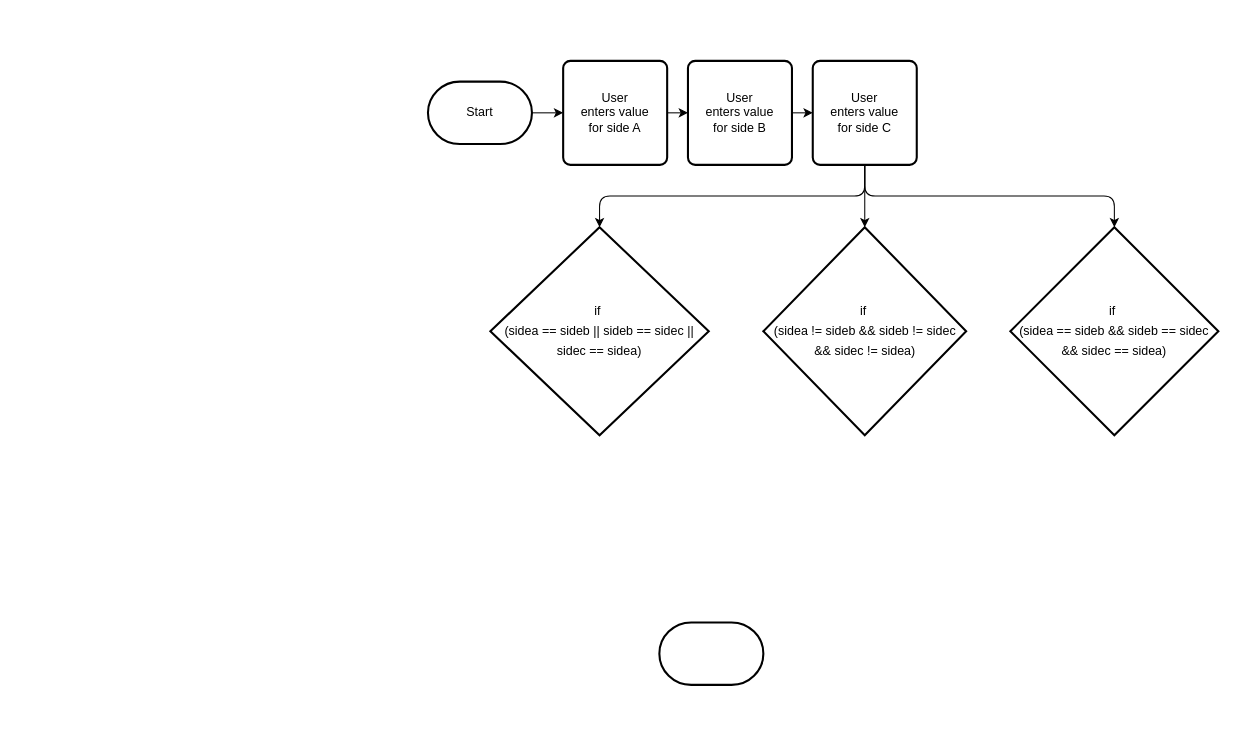
Above: flowchart.drawio in Curtis-Edwards/ICS2O-UNIT-5-05-HTML (draw.io), before the change. Source tidied: cells renumbered, new cells numbered last; positions are measured from the earlier drawing's top-left corner, leaving out a move shared by most shapes. Both pictures are drawn from the tidied source at 104%, with x=0, y=0 at pixel (427, 60).
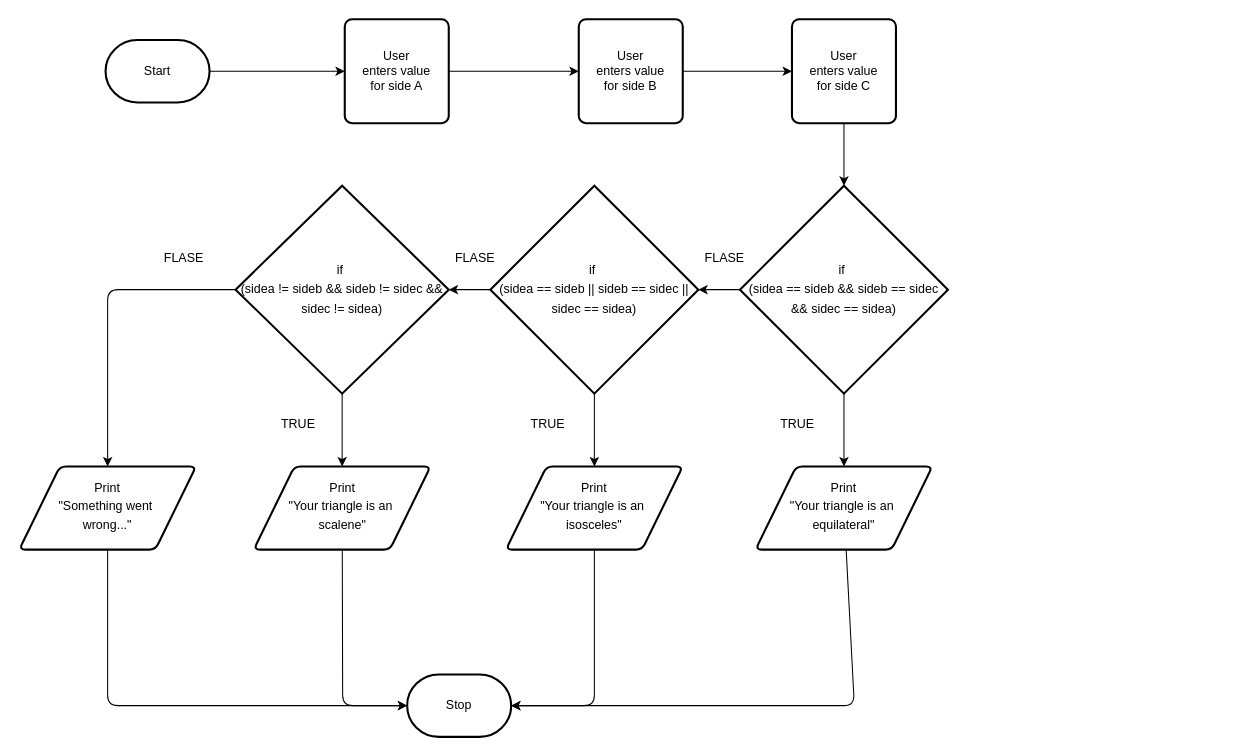
After the change.

What changed in the source:
```diff
@@
     <mxCell id="3" value="Start" style="strokeWidth=2;html=1;shape=mxgraph.flowchart.terminator;whiteSpace=wrap;" parent="1" vertex="1">
-      <mxGeometry y="20" width="100" height="60" as="geometry" />
+      <mxGeometry x="-310" y="-20" width="100" height="60" as="geometry" />
     </mxCell>
@@
     <mxCell id="5" value="User&lt;br&gt;enters value&lt;br&gt;for side A" style="rounded=1;whiteSpace=wrap;html=1;absoluteArcSize=1;arcSize=14;strokeWidth=2;" parent="1" vertex="1">
-      <mxGeometry x="130" width="100" height="100" as="geometry" />
+      <mxGeometry x="-80" y="-40" width="100" height="100" as="geometry" />
     </mxCell>
-    <mxCell id="6" style="edgeStyle=none;html=1;entryX=0.5;entryY=0;entryDx=0;entryDy=0;entryPerimeter=0;fontFamily=Helvetica;fontSize=12;fontColor=#000000;" parent="1" edge="1" source="9" target="12">
-      <mxGeometry relative="1" as="geometry">
-        <Array as="points">
-          <mxPoint x="420" y="130" />
-          <mxPoint x="165" y="130" />
-        </Array>
-      </mxGeometry>
-    </mxCell>
-    <mxCell id="7" style="edgeStyle=none;html=1;entryX=0.5;entryY=0;entryDx=0;entryDy=0;entryPerimeter=0;fontFamily=Helvetica;fontSize=12;fontColor=#000000;" parent="1" edge="1" source="9" target="14">
-      <mxGeometry relative="1" as="geometry">
-        <Array as="points">
-          <mxPoint x="420" y="130" />
-          <mxPoint x="660" y="130" />
-        </Array>
-      </mxGeometry>
+    <mxCell id="7" style="edgeStyle=none;html=1;" parent="1" edge="1" source="9" target="14">
+      <mxGeometry relative="1" as="geometry" />
     </mxCell>
-    <mxCell id="8" style="edgeStyle=none;html=1;entryX=0.5;entryY=0;entryDx=0;entryDy=0;entryPerimeter=0;fontFamily=Helvetica;fontSize=12;fontColor=#000000;" parent="1" edge="1" source="9" target="13">
-      <mxGeometry relative="1" as="geometry" />
-    </mxCell>
     <mxCell id="9" value="User&lt;br&gt;enters value&lt;br&gt;for side C" style="rounded=1;whiteSpace=wrap;html=1;absoluteArcSize=1;arcSize=14;strokeWidth=2;" parent="1" vertex="1">
-      <mxGeometry x="370" width="100" height="100" as="geometry" />
+      <mxGeometry x="350" y="-40" width="100" height="100" as="geometry" />
     </mxCell>
@@
     <mxCell id="11" value="User&lt;br&gt;enters value&lt;br&gt;for side B" style="rounded=1;whiteSpace=wrap;html=1;absoluteArcSize=1;arcSize=14;strokeWidth=2;" parent="1" vertex="1">
-      <mxGeometry x="250" width="100" height="100" as="geometry" />
+      <mxGeometry x="145" y="-40" width="100" height="100" as="geometry" />
     </mxCell>
+    <mxCell id="16" style="edgeStyle=none;html=1;exitX=0;exitY=0.5;exitDx=0;exitDy=0;exitPerimeter=0;entryX=1;entryY=0.5;entryDx=0;entryDy=0;entryPerimeter=0;" parent="1" edge="1" source="12" target="13">
+      <mxGeometry relative="1" as="geometry" />
+    </mxCell>
+    <mxCell id="17" style="edgeStyle=none;html=1;fontFamily=Helvetica;fontSize=12;fontColor=#000000;" parent="1" edge="1" source="12" target="25">
+      <mxGeometry relative="1" as="geometry" />
+    </mxCell>
     <mxCell id="12" value="&lt;div style=&quot;line-height: 19px&quot;&gt;&lt;font style=&quot;font-size: 12px&quot;&gt;if&amp;nbsp;&lt;/font&gt;&lt;/div&gt;&lt;div style=&quot;line-height: 19px&quot;&gt;&lt;font style=&quot;font-size: 12px&quot;&gt;(sidea == sideb || sideb == sidec || sidec == sidea)&lt;/font&gt;&lt;/div&gt;" style="strokeWidth=2;html=1;shape=mxgraph.flowchart.decision;whiteSpace=wrap;" parent="1" vertex="1">
-      <mxGeometry x="60" y="160" width="210" height="200" as="geometry" />
+      <mxGeometry x="60" y="120" width="200" height="200" as="geometry" />
     </mxCell>
+    <mxCell id="18" style="edgeStyle=none;html=1;fontFamily=Helvetica;fontSize=12;fontColor=#000000;" parent="1" edge="1" source="13" target="27">
+      <mxGeometry relative="1" as="geometry" />
+    </mxCell>
+    <mxCell id="19" style="edgeStyle=none;html=1;exitX=0;exitY=0.5;exitDx=0;exitDy=0;exitPerimeter=0;fontFamily=Helvetica;fontSize=12;fontColor=#000000;" parent="1" edge="1" source="13" target="32">
+      <mxGeometry relative="1" as="geometry">
+        <Array as="points">
+          <mxPoint x="-308" y="220" />
+        </Array>
+      </mxGeometry>
+    </mxCell>
     <mxCell id="13" value="&lt;div style=&quot;line-height: 19px&quot;&gt;&lt;div style=&quot;line-height: 19px&quot;&gt;&lt;div style=&quot;line-height: 19px&quot;&gt;if&amp;nbsp;&lt;/div&gt;&lt;div style=&quot;line-height: 19px&quot;&gt;(sidea != sideb &amp;amp;&amp;amp; sideb != sidec &amp;amp;&amp;amp; sidec != sidea)&lt;/div&gt;&lt;/div&gt;&lt;/div&gt;" style="strokeWidth=2;html=1;shape=mxgraph.flowchart.decision;whiteSpace=wrap;" parent="1" vertex="1">
-      <mxGeometry x="322.5" y="160" width="195" height="200" as="geometry" />
+      <mxGeometry x="-185" y="120" width="205" height="200" as="geometry" />
     </mxCell>
+    <mxCell id="20" style="edgeStyle=none;html=1;exitX=0;exitY=0.5;exitDx=0;exitDy=0;exitPerimeter=0;entryX=1;entryY=0.5;entryDx=0;entryDy=0;entryPerimeter=0;" parent="1" edge="1" source="14" target="12">
+      <mxGeometry relative="1" as="geometry" />
+    </mxCell>
+    <mxCell id="21" style="edgeStyle=none;html=1;fontFamily=Helvetica;fontSize=12;fontColor=#000000;" parent="1" edge="1" source="14" target="23">
+      <mxGeometry relative="1" as="geometry" />
+    </mxCell>
     <mxCell id="14" value="&lt;div style=&quot;line-height: 19px&quot;&gt;&lt;div style=&quot;line-height: 19px&quot;&gt;if&amp;nbsp;&lt;/div&gt;&lt;div style=&quot;line-height: 19px&quot;&gt;(sidea == sideb &amp;amp;&amp;amp; sideb == sidec &amp;amp;&amp;amp; sidec == sidea)&lt;/div&gt;&lt;/div&gt;" style="strokeWidth=2;html=1;shape=mxgraph.flowchart.decision;whiteSpace=wrap;" parent="1" vertex="1">
-      <mxGeometry x="560" y="160" width="200" height="200" as="geometry" />
+      <mxGeometry x="300" y="120" width="200" height="200" as="geometry" />
     </mxCell>
-    <mxCell id="15" style="strokeWidth=2;html=1;shape=mxgraph.flowchart.terminator;whiteSpace=wrap;labelBackgroundColor=none;fontFamily=Helvetica;fontSize=12;fontColor=#000000;" parent="1" vertex="1">
-      <mxGeometry x="222.5" y="540" width="100" height="60" as="geometry" />
+    <mxCell id="15" value="Stop" style="strokeWidth=2;html=1;shape=mxgraph.flowchart.terminator;whiteSpace=wrap;labelBackgroundColor=none;fontFamily=Helvetica;fontSize=12;fontColor=#000000;" parent="1" vertex="1">
+      <mxGeometry x="-20" y="590" width="100" height="60" as="geometry" />
     </mxCell>
+    <mxCell id="22" style="edgeStyle=none;html=1;fontFamily=Helvetica;fontSize=12;fontColor=#000000;" parent="1" edge="1" source="23" target="15">
+      <mxGeometry relative="1" as="geometry">
+        <Array as="points">
+          <mxPoint x="410" y="620" />
+        </Array>
+      </mxGeometry>
+    </mxCell>
+    <mxCell id="23" value="&lt;font style=&quot;font-size: 12px&quot;&gt;Print&lt;br&gt;&lt;/font&gt;&lt;div style=&quot;line-height: 19px&quot;&gt;  &lt;font style=&quot;font-size: 12px&quot;&gt;&quot;Your triangle is an&amp;nbsp;&lt;/font&gt;&lt;/div&gt;&lt;div style=&quot;line-height: 19px&quot;&gt;&lt;font style=&quot;font-size: 12px&quot;&gt;equilateral&quot;&lt;/font&gt;&lt;/div&gt;" style="shape=parallelogram;html=1;strokeWidth=2;perimeter=parallelogramPerimeter;whiteSpace=wrap;rounded=1;arcSize=12;size=0.23;" parent="1" vertex="1">
+      <mxGeometry x="315" y="390" width="170" height="80" as="geometry" />
+    </mxCell>
+    <mxCell id="24" style="edgeStyle=none;html=1;fontFamily=Helvetica;fontSize=12;fontColor=#000000;" parent="1" edge="1" source="25" target="15">
+      <mxGeometry relative="1" as="geometry">
+        <Array as="points">
+          <mxPoint x="160" y="620" />
+        </Array>
+      </mxGeometry>
+    </mxCell>
+    <mxCell id="25" value="&lt;font style=&quot;font-size: 12px&quot;&gt;Print&lt;br&gt;&lt;/font&gt;&lt;div style=&quot;line-height: 19px&quot;&gt;&lt;div style=&quot;background-color: rgb(255 , 255 , 255) ; line-height: 19px&quot;&gt;&lt;font size=&quot;1&quot;&gt;  &lt;span style=&quot;font-size: 12px&quot;&gt;&quot;Your triangle is an&amp;nbsp;&lt;/span&gt;&lt;/font&gt;&lt;/div&gt;&lt;div style=&quot;background-color: rgb(255 , 255 , 255) ; line-height: 19px&quot;&gt;&lt;font size=&quot;1&quot;&gt;&lt;span style=&quot;font-size: 12px&quot;&gt;isosceles&quot;&lt;/span&gt;&lt;/font&gt;&lt;/div&gt;&lt;/div&gt;" style="shape=parallelogram;html=1;strokeWidth=2;perimeter=parallelogramPerimeter;whiteSpace=wrap;rounded=1;arcSize=12;size=0.23;" parent="1" vertex="1">
+      <mxGeometry x="75" y="390" width="170" height="80" as="geometry" />
+    </mxCell>
+    <mxCell id="26" style="edgeStyle=none;html=1;fontFamily=Helvetica;fontSize=12;fontColor=#000000;" parent="1" edge="1" source="27" target="15">
+      <mxGeometry relative="1" as="geometry">
+        <Array as="points">
+          <mxPoint x="-82" y="620" />
+        </Array>
+      </mxGeometry>
+    </mxCell>
+    <mxCell id="27" value="&lt;font style=&quot;font-size: 12px&quot;&gt;Print&lt;br&gt;&lt;/font&gt;&lt;div style=&quot;line-height: 19px&quot;&gt;&lt;div style=&quot;line-height: 19px&quot;&gt;&lt;font style=&quot;font-size: 12px&quot;&gt;&quot;Your triangle is an&amp;nbsp;&lt;/font&gt;&lt;/div&gt;&lt;div style=&quot;line-height: 19px&quot;&gt;&lt;font style=&quot;font-size: 12px&quot;&gt;scalene&quot;&lt;/font&gt;&lt;/div&gt;&lt;/div&gt;" style="shape=parallelogram;html=1;strokeWidth=2;perimeter=parallelogramPerimeter;whiteSpace=wrap;rounded=1;arcSize=12;size=0.23;" parent="1" vertex="1">
+      <mxGeometry x="-167.5" y="390" width="170" height="80" as="geometry" />
+    </mxCell>
+    <mxCell id="28" value="FLASE" style="text;html=1;align=center;verticalAlign=middle;strokeColor=none;fillColor=none;fontSize=12;fontFamily=Helvetica;fontColor=#000000;" parent="1" vertex="1">
+      <mxGeometry x="260" y="180" width="50" height="20" as="geometry" />
+    </mxCell>
+    <mxCell id="29" value="FLASE" style="text;html=1;align=center;verticalAlign=middle;strokeColor=none;fillColor=none;fontSize=12;fontFamily=Helvetica;fontColor=#000000;" parent="1" vertex="1">
+      <mxGeometry x="20" y="180" width="50" height="20" as="geometry" />
+    </mxCell>
+    <mxCell id="30" value="FLASE" style="text;html=1;align=center;verticalAlign=middle;strokeColor=none;fillColor=none;fontSize=12;fontFamily=Helvetica;fontColor=#000000;" parent="1" vertex="1">
+      <mxGeometry x="-260" y="180" width="50" height="20" as="geometry" />
+    </mxCell>
+    <mxCell id="31" style="edgeStyle=none;html=1;fontFamily=Helvetica;fontSize=12;fontColor=#000000;" parent="1" edge="1" source="32" target="15">
+      <mxGeometry relative="1" as="geometry">
+        <Array as="points">
+          <mxPoint x="-308" y="620" />
+        </Array>
+      </mxGeometry>
+    </mxCell>
+    <mxCell id="32" value="&lt;font style=&quot;font-size: 12px&quot;&gt;Print&lt;br&gt;&lt;/font&gt;&lt;div style=&quot;line-height: 19px&quot;&gt;&lt;div style=&quot;line-height: 19px&quot;&gt;&lt;div style=&quot;line-height: 19px&quot;&gt;&lt;font style=&quot;font-size: 12px&quot;&gt;&quot;Something went&amp;nbsp;&lt;/font&gt;&lt;/div&gt;&lt;div style=&quot;line-height: 19px&quot;&gt;&lt;font style=&quot;font-size: 12px&quot;&gt;wrong...&quot;&lt;/font&gt;&lt;/div&gt;&lt;/div&gt;&lt;/div&gt;" style="shape=parallelogram;html=1;strokeWidth=2;perimeter=parallelogramPerimeter;whiteSpace=wrap;rounded=1;arcSize=12;size=0.23;" parent="1" vertex="1">
+      <mxGeometry x="-393" y="390" width="170" height="80" as="geometry" />
+    </mxCell>
+    <mxCell id="33" value="TRUE" style="text;html=1;align=center;verticalAlign=middle;strokeColor=none;fillColor=none;fontSize=12;fontFamily=Helvetica;fontColor=#000000;" parent="1" vertex="1">
+      <mxGeometry x="-150" y="340" width="50" height="20" as="geometry" />
+    </mxCell>
+    <mxCell id="34" value="TRUE" style="text;html=1;align=center;verticalAlign=middle;strokeColor=none;fillColor=none;fontSize=12;fontFamily=Helvetica;fontColor=#000000;" parent="1" vertex="1">
+      <mxGeometry x="90" y="340" width="50" height="20" as="geometry" />
+    </mxCell>
+    <mxCell id="35" value="TRUE" style="text;html=1;align=center;verticalAlign=middle;strokeColor=none;fillColor=none;fontSize=12;fontFamily=Helvetica;fontColor=#000000;" parent="1" vertex="1">
+      <mxGeometry x="330" y="340" width="50" height="20" as="geometry" />
+    </mxCell>
```
